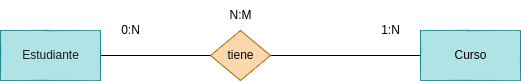
Before: tareas/tarea-3/images/ejercicio6.drawio.png, a diagram exported from draw.io (betancorge/base-datos-2). Source tidied: cells renumbered, new cells last; positions are measured from the earlier drawing's top-left corner, leaving out a move shared by most shapes.
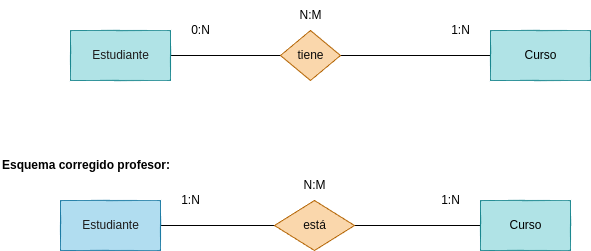
The same file after the commit.

Diff of the diagram source:
```diff
@@ -26,5 +26,32 @@
     <mxCell id="9" value="0:N" style="text;html=1;align=center;verticalAlign=middle;strokeColor=none;fillColor=none;" parent="1" vertex="1">
       <mxGeometry x="110" y="15" width="40" height="30" as="geometry" />
     </mxCell>
+    <mxCell id="10" value="&lt;h1 style=&quot;margin-top: 0px;&quot;&gt;&lt;font style=&quot;font-size: 12px;&quot;&gt;Esquema corregido profesor:&lt;/font&gt;&lt;/h1&gt;" style="text;html=1;whiteSpace=wrap;overflow=hidden;rounded=0;" parent="1" vertex="1">
+      <mxGeometry x="-70" y="140" width="190" height="50" as="geometry" />
+    </mxCell>
+    <mxCell id="11" style="edgeStyle=none;html=1;entryX=0;entryY=0.5;entryDx=0;entryDy=0;endArrow=none;endFill=0;" parent="1" edge="1" source="12" target="14">
+      <mxGeometry relative="1" as="geometry" />
+    </mxCell>
+    <mxCell id="12" value="&lt;font color=&quot;#1d1b1b&quot;&gt;Estudiante&lt;/font&gt;" style="html=1;dashed=0;whitespace=wrap;fillColor=#b1ddf0;strokeColor=#10739e;" parent="1" vertex="1">
+      <mxGeometry x="-10" y="200" width="100" height="50" as="geometry" />
+    </mxCell>
+    <mxCell id="13" style="edgeStyle=none;html=1;exitX=1;exitY=0.5;exitDx=0;exitDy=0;entryX=0;entryY=0.5;entryDx=0;entryDy=0;endArrow=none;endFill=0;" parent="1" edge="1" source="14" target="15">
+      <mxGeometry relative="1" as="geometry" />
+    </mxCell>
+    <mxCell id="14" value="&lt;font color=&quot;#0a0a0a&quot;&gt;está&lt;/font&gt;" style="shape=rhombus;html=1;dashed=0;whitespace=wrap;perimeter=rhombusPerimeter;fillColor=#fad7ac;strokeColor=#b46504;" parent="1" vertex="1">
+      <mxGeometry x="204" y="200" width="80" height="50" as="geometry" />
+    </mxCell>
+    <mxCell id="15" value="&lt;font color=&quot;#000000&quot;&gt;Curso&lt;/font&gt;" style="html=1;dashed=0;whitespace=wrap;fillColor=#b0e3e6;strokeColor=#0e8088;" parent="1" vertex="1">
+      <mxGeometry x="410" y="200" width="90" height="50" as="geometry" />
+    </mxCell>
+    <mxCell id="16" value="1:N" style="text;html=1;align=center;verticalAlign=middle;strokeColor=none;fillColor=none;" parent="1" vertex="1">
+      <mxGeometry x="360" y="185" width="40" height="30" as="geometry" />
+    </mxCell>
+    <mxCell id="17" value="N:M" style="text;html=1;align=center;verticalAlign=middle;strokeColor=none;fillColor=none;" parent="1" vertex="1">
+      <mxGeometry x="219" y="170" width="50" height="30" as="geometry" />
+    </mxCell>
+    <mxCell id="18" value="1:N" style="text;html=1;align=center;verticalAlign=middle;strokeColor=none;fillColor=none;" parent="1" vertex="1">
+      <mxGeometry x="100" y="185" width="40" height="30" as="geometry" />
+    </mxCell>
   </root>
 </mxGraphModel>
```
